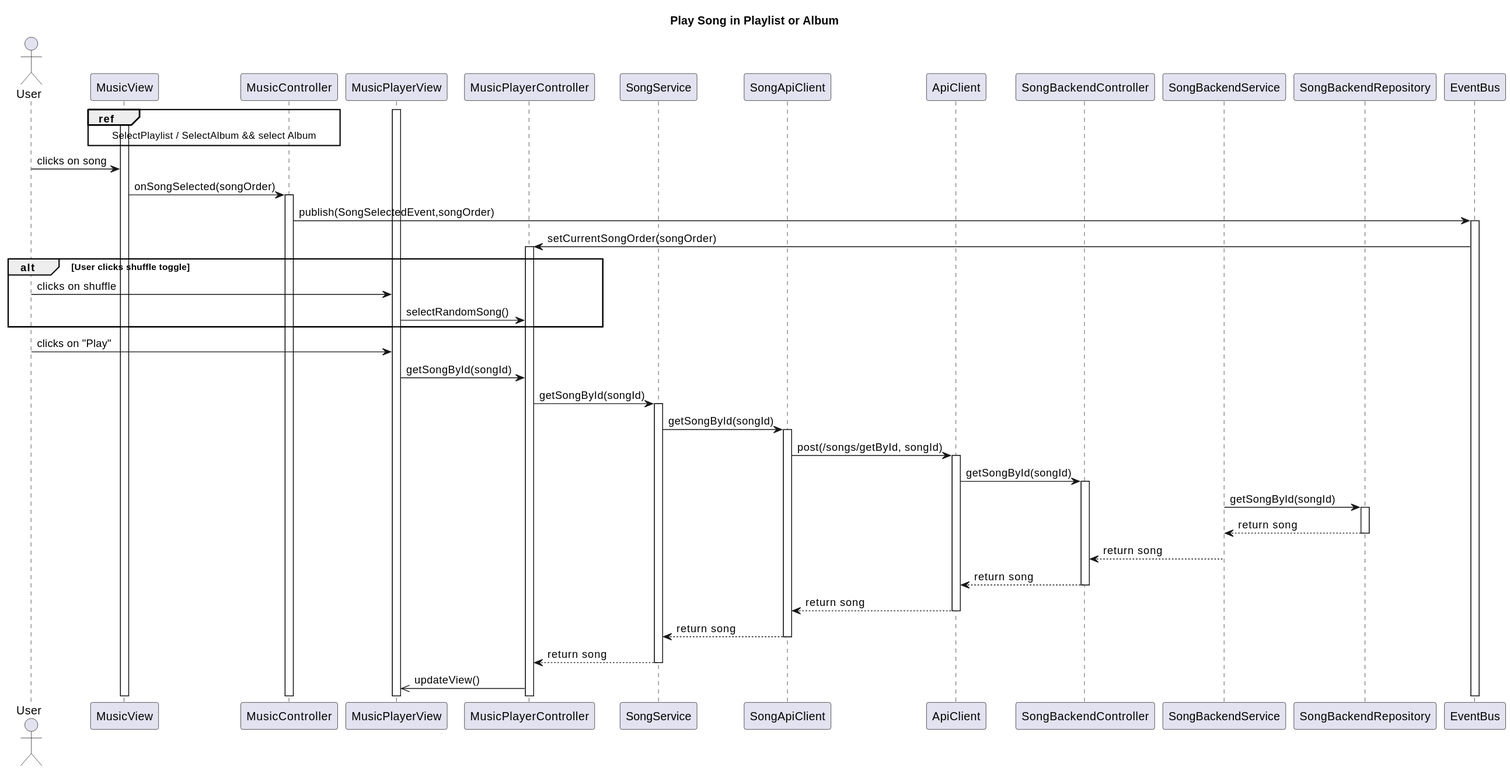
This is Paradoteo_4/SequenceDiagrams-v0.3/PlaySongInPlaylistOrAlbum.svg from RubenKingCP/Tunix, a PlantUML export, as it was before one commit.
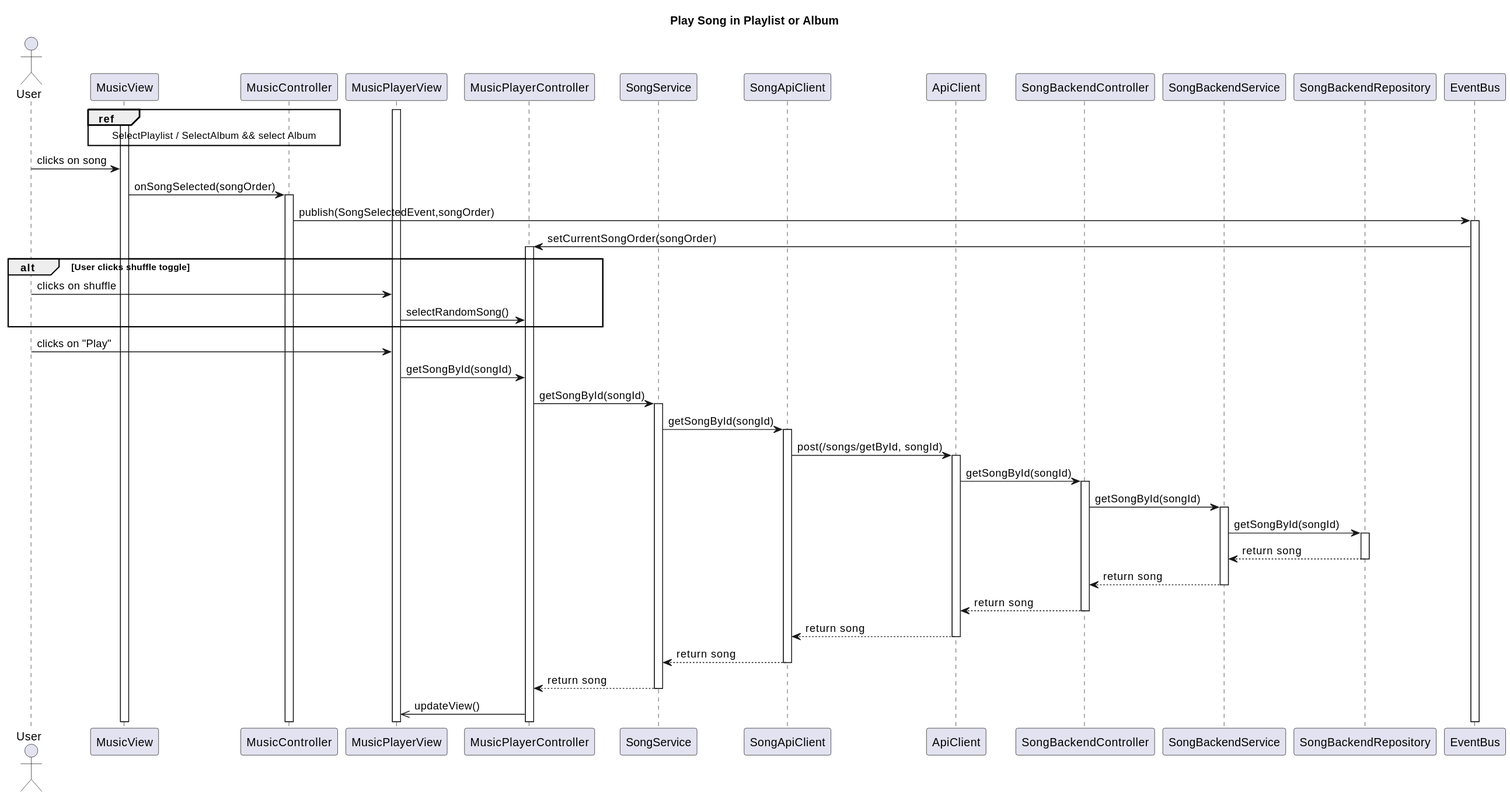
Later version of the same file.

Commit message:
Play song logic implemented

Change to the diagram source:
```diff
@@ -43,6 +43,8 @@
 activate ApiClient
 ApiClient -> SongBackendController : getSongById(songId)
 activate SongBackendController
+SongBackendController -> SongBackendService : getSongById(songId)
+activate SongBackendService
 SongBackendService -> SongBackendRepository : getSongById(songId)
 activate SongBackendRepository
 SongBackendRepository --> SongBackendService : return song
```
